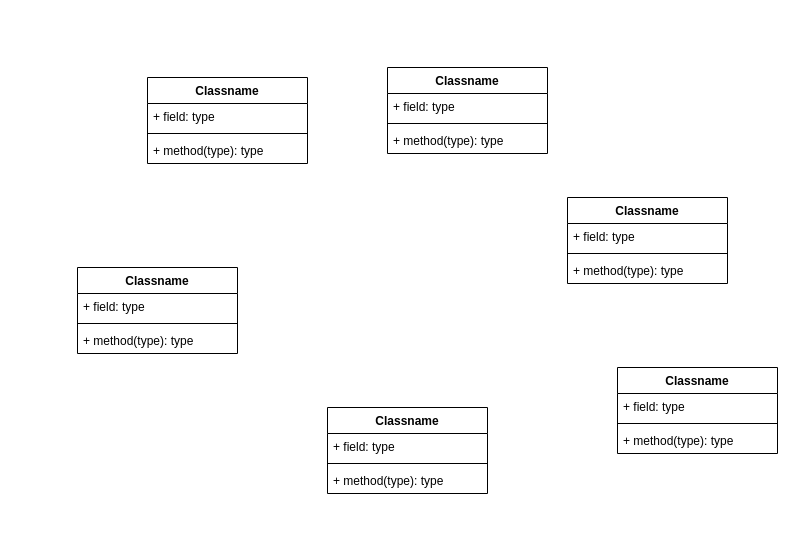
Before: page "Page-2" (2 of 3) of Untitled Diagram.drawio in RobertCas84/CF-RobertCastillo-CR-09, a draw.io diagram. Source tidied: cells renumbered, new cells numbered last; positions are measured from the earlier drawing's top-left corner, leaving out a move shared by most shapes. Both pictures are drawn from the tidied source at 100%, with x=0, y=0 at pixel (77, 67).
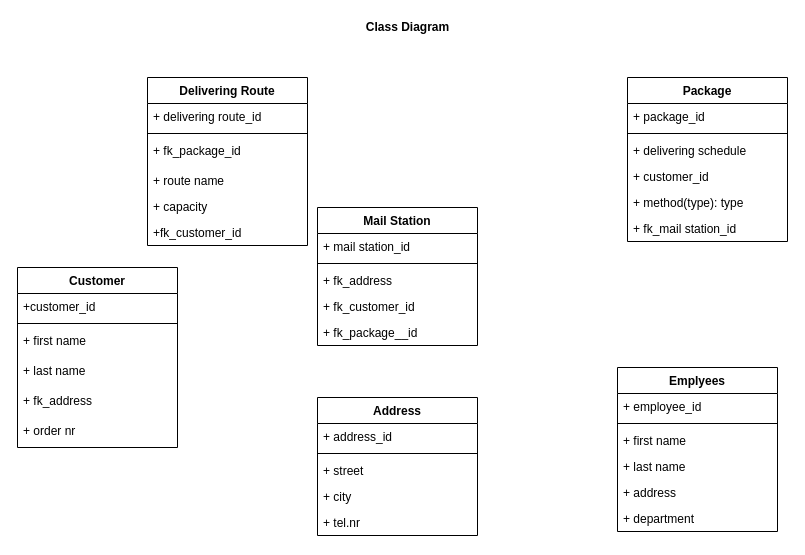
The same page after the edit.

Change to the diagram source:
```diff
@@
-    <mxCell id="2" value="Classname" style="swimlane;fontStyle=1;align=center;verticalAlign=top;horizontal=1;startSize=26;" parent="1" vertex="1">
-      <mxGeometry x="70" y="10" width="160" height="86" as="geometry" />
+    <mxCell id="2" value="Delivering Route" style="swimlane;fontStyle=1;align=center;verticalAlign=top;horizontal=1;startSize=26;" parent="1" vertex="1">
+      <mxGeometry x="70" y="10" width="160" height="168" as="geometry" />
     </mxCell>
-    <mxCell id="3" value="+ field: type" style="text;strokeColor=none;fillColor=none;align=left;verticalAlign=top;spacingLeft=4;spacingRight=4;overflow=hidden;" parent="2" vertex="1">
+    <mxCell id="3" value="+ delivering route_id" style="text;strokeColor=none;fillColor=none;align=left;verticalAlign=top;spacingLeft=4;spacingRight=4;overflow=hidden;" parent="2" vertex="1">
       <mxGeometry y="26" width="160" height="26" as="geometry" />
     </mxCell>
@@
-    <mxCell id="5" value="+ method(type): type" style="text;strokeColor=none;fillColor=none;align=left;verticalAlign=top;spacingLeft=4;spacingRight=4;overflow=hidden;" parent="2" vertex="1">
-      <mxGeometry y="60" width="160" height="26" as="geometry" />
+    <mxCell id="5" value="+ fk_package_id" style="text;strokeColor=none;fillColor=none;align=left;verticalAlign=top;spacingLeft=4;spacingRight=4;overflow=hidden;" parent="2" vertex="1">
+      <mxGeometry y="60" width="160" height="30" as="geometry" />
     </mxCell>
+    <mxCell id="26" value="+ route name" style="text;strokeColor=none;fillColor=none;align=left;verticalAlign=top;spacingLeft=4;spacingRight=4;overflow=hidden;" parent="2" vertex="1">
+      <mxGeometry y="90" width="160" height="26" as="geometry" />
+    </mxCell>
+    <mxCell id="27" value="+ capacity" style="text;strokeColor=none;fillColor=none;align=left;verticalAlign=top;spacingLeft=4;spacingRight=4;overflow=hidden;" parent="2" vertex="1">
+      <mxGeometry y="116" width="160" height="26" as="geometry" />
+    </mxCell>
+    <mxCell id="28" value="+fk_customer_id" style="text;strokeColor=none;fillColor=none;align=left;verticalAlign=top;spacingLeft=4;spacingRight=4;overflow=hidden;" parent="2" vertex="1">
+      <mxGeometry y="142" width="160" height="26" as="geometry" />
+    </mxCell>
-    <mxCell id="6" value="Classname" style="swimlane;fontStyle=1;align=center;verticalAlign=top;horizontal=1;startSize=26;" parent="1" vertex="1">
-      <mxGeometry x="540" y="300" width="160" height="86" as="geometry" />
+    <mxCell id="6" value="Emplyees" style="swimlane;fontStyle=1;align=center;verticalAlign=top;horizontal=1;startSize=26;" parent="1" vertex="1">
+      <mxGeometry x="540" y="300" width="160" height="164" as="geometry" />
     </mxCell>
-    <mxCell id="7" value="+ field: type" style="text;strokeColor=none;fillColor=none;align=left;verticalAlign=top;spacingLeft=4;spacingRight=4;overflow=hidden;" parent="6" vertex="1">
+    <mxCell id="7" value="+ employee_id" style="text;strokeColor=none;fillColor=none;align=left;verticalAlign=top;spacingLeft=4;spacingRight=4;overflow=hidden;" parent="6" vertex="1">
       <mxGeometry y="26" width="160" height="26" as="geometry" />
     </mxCell>
@@
-    <mxCell id="9" value="+ method(type): type" style="text;strokeColor=none;fillColor=none;align=left;verticalAlign=top;spacingLeft=4;spacingRight=4;overflow=hidden;" parent="6" vertex="1">
+    <mxCell id="9" value="+ first name" style="text;strokeColor=none;fillColor=none;align=left;verticalAlign=top;spacingLeft=4;spacingRight=4;overflow=hidden;" parent="6" vertex="1">
       <mxGeometry y="60" width="160" height="26" as="geometry" />
     </mxCell>
+    <mxCell id="29" value="+ last name" style="text;strokeColor=none;fillColor=none;align=left;verticalAlign=top;spacingLeft=4;spacingRight=4;overflow=hidden;" parent="6" vertex="1">
+      <mxGeometry y="86" width="160" height="26" as="geometry" />
+    </mxCell>
+    <mxCell id="30" value="+ address" style="text;strokeColor=none;fillColor=none;align=left;verticalAlign=top;spacingLeft=4;spacingRight=4;overflow=hidden;" parent="6" vertex="1">
+      <mxGeometry y="112" width="160" height="26" as="geometry" />
+    </mxCell>
+    <mxCell id="31" value="+ department" style="text;strokeColor=none;fillColor=none;align=left;verticalAlign=top;spacingLeft=4;spacingRight=4;overflow=hidden;" parent="6" vertex="1">
+      <mxGeometry y="138" width="160" height="26" as="geometry" />
+    </mxCell>
-    <mxCell id="10" value="Classname" style="swimlane;fontStyle=1;align=center;verticalAlign=top;horizontal=1;startSize=26;" parent="1" vertex="1">
-      <mxGeometry x="490" y="130" width="160" height="86" as="geometry" />
+    <mxCell id="10" value="Mail Station" style="swimlane;fontStyle=1;align=center;verticalAlign=top;horizontal=1;startSize=26;" parent="1" vertex="1">
+      <mxGeometry x="240" y="140" width="160" height="138" as="geometry" />
     </mxCell>
-    <mxCell id="11" value="+ field: type" style="text;strokeColor=none;fillColor=none;align=left;verticalAlign=top;spacingLeft=4;spacingRight=4;overflow=hidden;" parent="10" vertex="1">
+    <mxCell id="11" value="+ mail station_id" style="text;strokeColor=none;fillColor=none;align=left;verticalAlign=top;spacingLeft=4;spacingRight=4;overflow=hidden;" parent="10" vertex="1">
       <mxGeometry y="26" width="160" height="26" as="geometry" />
     </mxCell>
@@
-    <mxCell id="13" value="+ method(type): type" style="text;strokeColor=none;fillColor=none;align=left;verticalAlign=top;spacingLeft=4;spacingRight=4;overflow=hidden;" parent="10" vertex="1">
+    <mxCell id="13" value="+ fk_address" style="text;strokeColor=none;fillColor=none;align=left;verticalAlign=top;spacingLeft=4;spacingRight=4;overflow=hidden;" parent="10" vertex="1">
       <mxGeometry y="60" width="160" height="26" as="geometry" />
     </mxCell>
+    <mxCell id="32" value="+ fk_customer_id" style="text;align=left;verticalAlign=top;spacingLeft=4;spacingRight=4;overflow=hidden;" parent="10" vertex="1">
+      <mxGeometry y="86" width="160" height="26" as="geometry" />
+    </mxCell>
+    <mxCell id="33" value="+ fk_package__id" style="text;align=left;verticalAlign=top;spacingLeft=4;spacingRight=4;overflow=hidden;" parent="10" vertex="1">
+      <mxGeometry y="112" width="160" height="26" as="geometry" />
+    </mxCell>
-    <mxCell id="14" value="Classname" style="swimlane;fontStyle=1;align=center;verticalAlign=top;horizontal=1;startSize=26;" parent="1" vertex="1">
-      <mxGeometry y="200" width="160" height="86" as="geometry" />
+    <mxCell id="14" value="Customer" style="swimlane;fontStyle=1;align=center;verticalAlign=top;horizontal=1;startSize=26;" parent="1" vertex="1">
+      <mxGeometry x="-60" y="200" width="160" height="180" as="geometry" />
     </mxCell>
-    <mxCell id="15" value="+ field: type" style="text;strokeColor=none;fillColor=none;align=left;verticalAlign=top;spacingLeft=4;spacingRight=4;overflow=hidden;" parent="14" vertex="1">
+    <mxCell id="15" value="+customer_id" style="text;strokeColor=none;fillColor=none;align=left;verticalAlign=top;spacingLeft=4;spacingRight=4;overflow=hidden;" parent="14" vertex="1">
       <mxGeometry y="26" width="160" height="26" as="geometry" />
     </mxCell>
@@
-    <mxCell id="17" value="+ method(type): type" style="text;strokeColor=none;fillColor=none;align=left;verticalAlign=top;spacingLeft=4;spacingRight=4;overflow=hidden;" parent="14" vertex="1">
-      <mxGeometry y="60" width="160" height="26" as="geometry" />
-    </mxCell>
+    <mxCell id="34" value="+ first name" style="text;strokeColor=none;fillColor=none;align=left;verticalAlign=top;spacingLeft=4;spacingRight=4;overflow=hidden;" parent="14" vertex="1">
+      <mxGeometry y="60" width="160" height="30" as="geometry" />
+    </mxCell>
+    <mxCell id="35" value="+ last name" style="text;strokeColor=none;fillColor=none;align=left;verticalAlign=top;spacingLeft=4;spacingRight=4;overflow=hidden;" parent="14" vertex="1">
+      <mxGeometry y="90" width="160" height="30" as="geometry" />
+    </mxCell>
+    <mxCell id="36" value="+ fk_address" style="text;strokeColor=none;fillColor=none;align=left;verticalAlign=top;spacingLeft=4;spacingRight=4;overflow=hidden;" parent="14" vertex="1">
+      <mxGeometry y="120" width="160" height="30" as="geometry" />
+    </mxCell>
+    <mxCell id="37" value="+ order nr" style="text;strokeColor=none;fillColor=none;align=left;verticalAlign=top;spacingLeft=4;spacingRight=4;overflow=hidden;" parent="14" vertex="1">
+      <mxGeometry y="150" width="160" height="30" as="geometry" />
+    </mxCell>
-    <mxCell id="18" value="Classname" style="swimlane;fontStyle=1;align=center;verticalAlign=top;horizontal=1;startSize=26;" parent="1" vertex="1">
-      <mxGeometry x="250" y="340" width="160" height="86" as="geometry" />
+    <mxCell id="18" value="Address" style="swimlane;fontStyle=1;align=center;verticalAlign=top;horizontal=1;startSize=26;" parent="1" vertex="1">
+      <mxGeometry x="240" y="330" width="160" height="138" as="geometry" />
     </mxCell>
-    <mxCell id="19" value="+ field: type" style="text;strokeColor=none;fillColor=none;align=left;verticalAlign=top;spacingLeft=4;spacingRight=4;overflow=hidden;" parent="18" vertex="1">
+    <mxCell id="19" value="+ address_id" style="text;strokeColor=none;fillColor=none;align=left;verticalAlign=top;spacingLeft=4;spacingRight=4;overflow=hidden;" parent="18" vertex="1">
       <mxGeometry y="26" width="160" height="26" as="geometry" />
     </mxCell>
@@
-    <mxCell id="21" value="+ method(type): type" style="text;strokeColor=none;fillColor=none;align=left;verticalAlign=top;spacingLeft=4;spacingRight=4;overflow=hidden;" parent="18" vertex="1">
+    <mxCell id="21" value="+ street" style="text;strokeColor=none;fillColor=none;align=left;verticalAlign=top;spacingLeft=4;spacingRight=4;overflow=hidden;" parent="18" vertex="1">
       <mxGeometry y="60" width="160" height="26" as="geometry" />
     </mxCell>
+    <mxCell id="38" value="+ city" style="text;strokeColor=none;fillColor=none;align=left;verticalAlign=top;spacingLeft=4;spacingRight=4;overflow=hidden;" parent="18" vertex="1">
+      <mxGeometry y="86" width="160" height="26" as="geometry" />
+    </mxCell>
+    <mxCell id="39" value="+ tel.nr" style="text;strokeColor=none;fillColor=none;align=left;verticalAlign=top;spacingLeft=4;spacingRight=4;overflow=hidden;" parent="18" vertex="1">
+      <mxGeometry y="112" width="160" height="26" as="geometry" />
+    </mxCell>
-    <mxCell id="22" value="Classname" style="swimlane;fontStyle=1;align=center;verticalAlign=top;horizontal=1;startSize=26;" parent="1" vertex="1">
-      <mxGeometry x="310" width="160" height="86" as="geometry" />
+    <mxCell id="22" value="Package" style="swimlane;fontStyle=1;align=center;verticalAlign=top;horizontal=1;startSize=26;" parent="1" vertex="1">
+      <mxGeometry x="550" y="10" width="160" height="164" as="geometry" />
     </mxCell>
-    <mxCell id="23" value="+ field: type" style="text;strokeColor=none;fillColor=none;align=left;verticalAlign=top;spacingLeft=4;spacingRight=4;overflow=hidden;" parent="22" vertex="1">
+    <mxCell id="23" value="+ package_id" style="text;strokeColor=none;fillColor=none;align=left;verticalAlign=top;spacingLeft=4;spacingRight=4;overflow=hidden;" parent="22" vertex="1">
       <mxGeometry y="26" width="160" height="26" as="geometry" />
     </mxCell>
@@
-    <mxCell id="25" value="+ method(type): type" style="text;strokeColor=none;fillColor=none;align=left;verticalAlign=top;spacingLeft=4;spacingRight=4;overflow=hidden;" parent="22" vertex="1">
+    <mxCell id="25" value="+ delivering schedule" style="text;strokeColor=none;fillColor=none;align=left;verticalAlign=top;spacingLeft=4;spacingRight=4;overflow=hidden;" parent="22" vertex="1">
       <mxGeometry y="60" width="160" height="26" as="geometry" />
     </mxCell>
+    <mxCell id="40" value="+ customer_id" style="text;strokeColor=none;fillColor=none;align=left;verticalAlign=top;spacingLeft=4;spacingRight=4;overflow=hidden;" parent="22" vertex="1">
+      <mxGeometry y="86" width="160" height="26" as="geometry" />
+    </mxCell>
+    <mxCell id="17" value="+ method(type): type" style="text;strokeColor=none;fillColor=none;align=left;verticalAlign=top;spacingLeft=4;spacingRight=4;overflow=hidden;" parent="22" vertex="1">
+      <mxGeometry y="112" width="160" height="26" as="geometry" />
+    </mxCell>
+    <mxCell id="41" value="+ fk_mail station_id" style="text;strokeColor=none;fillColor=none;align=left;verticalAlign=top;spacingLeft=4;spacingRight=4;overflow=hidden;" parent="22" vertex="1">
+      <mxGeometry y="138" width="160" height="26" as="geometry" />
+    </mxCell>
+    <mxCell id="42" value="&lt;b&gt;Class Diagram&lt;/b&gt;" style="text;html=1;align=center;verticalAlign=middle;" parent="1" vertex="1">
+      <mxGeometry x="280" y="-50" width="100" height="20" as="geometry" />
+    </mxCell>
```
